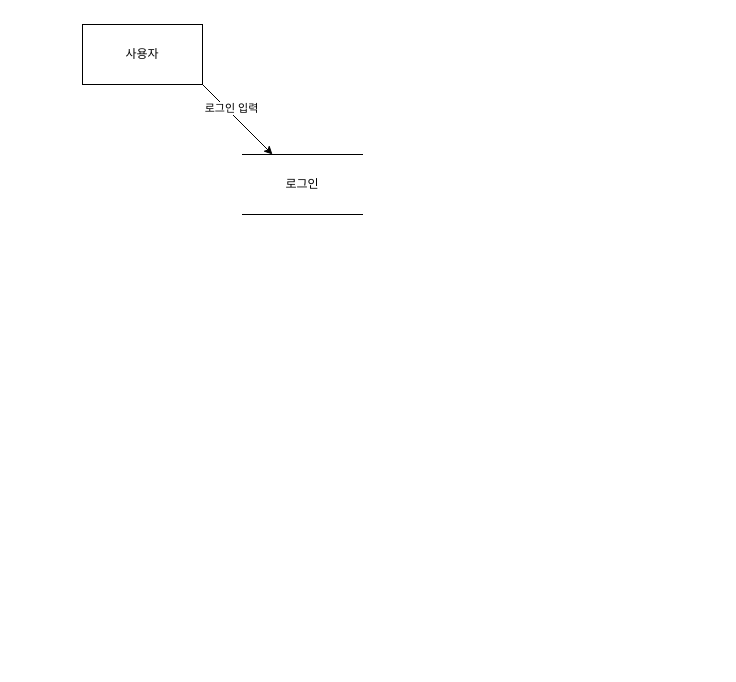
Before: 제목 없는 다이어그램.drawio in Water-Fist/TripDoodle, a draw.io diagram. Source tidied: cells renumbered, new cells numbered last; positions are measured from the earlier drawing's top-left corner, leaving out a move shared by most shapes. Both pictures are drawn from the tidied source at 100%, with x=0, y=0 at pixel (82, 24).
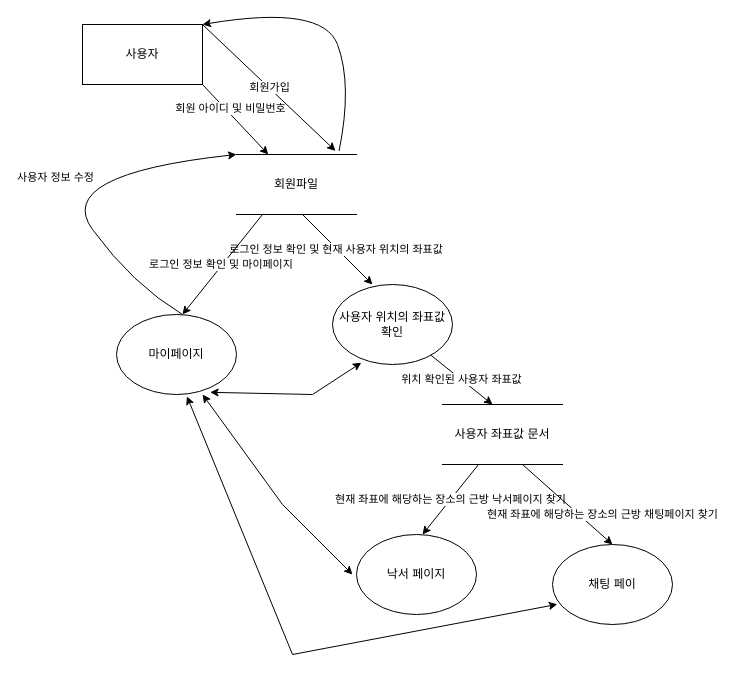
The same page after the edit.

Commit message:
제목 없는 다이어그램.drawio 업데이트

Unchanged cells that the change refers to:
```xml
<mxCell id="2" value="사용자" style="rounded=0;whiteSpace=wrap;html=1;" parent="1" vertex="1">
  <mxGeometry width="120" height="60" as="geometry" />
</mxCell>
<mxCell id="3" style="endArrow=classic;html=1;rounded=0;" parent="1" edge="1" target="5">
  <mxGeometry relative="1" as="geometry">
    <mxPoint x="120" y="60" as="sourcePoint" />
  </mxGeometry>
</mxCell>
```

The edit, as a diff of the source:
```diff
@@
-    <mxCell id="4" value="로그인 입력" style="edgeLabel;html=1;align=center;verticalAlign=middle;" parent="3" vertex="1">
+    <mxCell id="4" value="회원 아이디 및 비밀번호" style="edgeLabel;html=1;align=center;verticalAlign=middle;" parent="3" vertex="1">
       <mxGeometry x="-0.26" y="4" relative="1" as="geometry" />
     </mxCell>
-    <mxCell id="5" value="로그인" style="shape=partialRectangle;whiteSpace=wrap;html=1;left=0;right=0;fillColor=none;" parent="1" vertex="1">
-      <mxGeometry x="160" y="130" width="120" height="60" as="geometry" />
+    <mxCell id="5" value="회원파일" style="shape=partialRectangle;whiteSpace=wrap;html=1;left=0;right=0;fillColor=none;" parent="1" vertex="1">
+      <mxGeometry x="154" y="130" width="120" height="60" as="geometry" />
     </mxCell>
+    <mxCell id="6" value="회원가입" style="endArrow=classic;html=1;rounded=0;exitX=1;exitY=0;exitDx=0;exitDy=0;entryX=0.825;entryY=-0.06;entryDx=0;entryDy=0;entryPerimeter=0;" parent="1" edge="1" source="2" target="5">
+      <mxGeometry relative="1" as="geometry" />
+    </mxCell>
+    <mxCell id="7" value="로그인 정보 확인 및 현재 사용자 위치의 좌표값&amp;nbsp;" style="endArrow=classic;html=1;rounded=0;" parent="1" edge="1">
+      <mxGeometry relative="1" as="geometry">
+        <mxPoint x="220" y="190" as="sourcePoint" />
+        <mxPoint x="290" y="260" as="targetPoint" />
+        <Array as="points">
+          <mxPoint x="260" y="230" />
+        </Array>
+      </mxGeometry>
+    </mxCell>
+    <mxCell id="8" value="사용자 위치의 좌표값 확인" style="ellipse;whiteSpace=wrap;html=1;" parent="1" vertex="1">
+      <mxGeometry x="250" y="260" width="120" height="80" as="geometry" />
+    </mxCell>
+    <mxCell id="9" style="curved=1;endArrow=classic;html=1;rounded=0;exitX=0.855;exitY=-0.06;exitDx=0;exitDy=0;exitPerimeter=0;" parent="1" edge="1" source="5">
+      <mxGeometry relative="1" as="geometry">
+        <mxPoint x="120" as="targetPoint" />
+        <Array as="points">
+          <mxPoint x="270" y="60" />
+          <mxPoint x="240" y="-20" />
+        </Array>
+      </mxGeometry>
+    </mxCell>
+    <mxCell id="10" value="위치 확인된 사용자 좌표값" style="endArrow=classic;html=1;rounded=0;" parent="1" edge="1" source="8">
+      <mxGeometry relative="1" as="geometry">
+        <mxPoint x="410" y="380" as="targetPoint" />
+      </mxGeometry>
+    </mxCell>
+    <mxCell id="11" value="사용자 좌표값 문서" style="shape=partialRectangle;whiteSpace=wrap;html=1;left=0;right=0;fillColor=none;" parent="1" vertex="1">
+      <mxGeometry x="360" y="380" width="120" height="60" as="geometry" />
+    </mxCell>
+    <mxCell id="12" value="현재 좌표에 해당하는 장소의 근방 낙서페이지 찾기" style="endArrow=classic;html=1;rounded=0;" parent="1" edge="1" source="11">
+      <mxGeometry relative="1" as="geometry">
+        <mxPoint x="340" y="510" as="targetPoint" />
+      </mxGeometry>
+    </mxCell>
+    <mxCell id="13" value="낙서 페이지" style="ellipse;whiteSpace=wrap;html=1;" parent="1" vertex="1">
+      <mxGeometry x="274" y="510" width="120" height="80" as="geometry" />
+    </mxCell>
+    <mxCell id="14" value="현재 좌표에 해당하는 장소의 근방 채팅페이지 찾기" style="endArrow=classic;html=1;rounded=0;" parent="1" edge="1">
+      <mxGeometry x="0.54" y="16" relative="1" as="geometry">
+        <mxPoint x="440" y="440" as="sourcePoint" />
+        <mxPoint x="530" y="520" as="targetPoint" />
+      </mxGeometry>
+    </mxCell>
+    <mxCell id="15" value="채팅 페이" style="ellipse;whiteSpace=wrap;html=1;" parent="1" vertex="1">
+      <mxGeometry x="470" y="520" width="120" height="80" as="geometry" />
+    </mxCell>
+    <mxCell id="16" value="로그인 정보 확인 및 마이페이지&amp;nbsp;" style="endArrow=classic;html=1;rounded=0;" parent="1" edge="1">
+      <mxGeometry relative="1" as="geometry">
+        <mxPoint x="180" y="190" as="sourcePoint" />
+        <mxPoint x="100" y="290" as="targetPoint" />
+      </mxGeometry>
+    </mxCell>
+    <mxCell id="17" value="사용자 정보 수정" style="curved=1;endArrow=classic;html=1;rounded=0;entryX=0;entryY=0;entryDx=0;entryDy=0;" parent="1" edge="1" target="5">
+      <mxGeometry relative="1" as="geometry">
+        <mxPoint x="100" y="290" as="sourcePoint" />
+        <Array as="points">
+          <mxPoint x="50" y="260" />
+          <mxPoint x="-30" y="150" />
+        </Array>
+      </mxGeometry>
+    </mxCell>
+    <mxCell id="18" value="마이페이지" style="ellipse;whiteSpace=wrap;html=1;" parent="1" vertex="1">
+      <mxGeometry x="34" y="290" width="120" height="80" as="geometry" />
+    </mxCell>
+    <mxCell id="19" style="endArrow=classic;startArrow=classic;html=1;rounded=0;exitX=0.78;exitY=0.973;exitDx=0;exitDy=0;exitPerimeter=0;entryX=0.24;entryY=0.978;entryDx=0;entryDy=0;entryPerimeter=0;" parent="1" edge="1" source="18" target="8">
+      <mxGeometry relative="1" as="geometry">
+        <Array as="points">
+          <mxPoint x="230" y="370" />
+        </Array>
+      </mxGeometry>
+    </mxCell>
+    <mxCell id="20" style="endArrow=classic;startArrow=classic;html=1;rounded=0;exitX=0.717;exitY=1;exitDx=0;exitDy=0;exitPerimeter=0;" parent="1" edge="1" source="18">
+      <mxGeometry relative="1" as="geometry">
+        <mxPoint x="270" y="550" as="targetPoint" />
+        <Array as="points">
+          <mxPoint x="200" y="480" />
+        </Array>
+      </mxGeometry>
+    </mxCell>
+    <mxCell id="21" style="endArrow=classic;startArrow=classic;html=1;rounded=0;entryX=0.587;entryY=1.023;entryDx=0;entryDy=0;entryPerimeter=0;exitX=0.04;exitY=0.748;exitDx=0;exitDy=0;exitPerimeter=0;" parent="1" edge="1" source="15" target="18">
+      <mxGeometry relative="1" as="geometry">
+        <Array as="points">
+          <mxPoint x="210" y="630" />
+        </Array>
+      </mxGeometry>
+    </mxCell>
```
